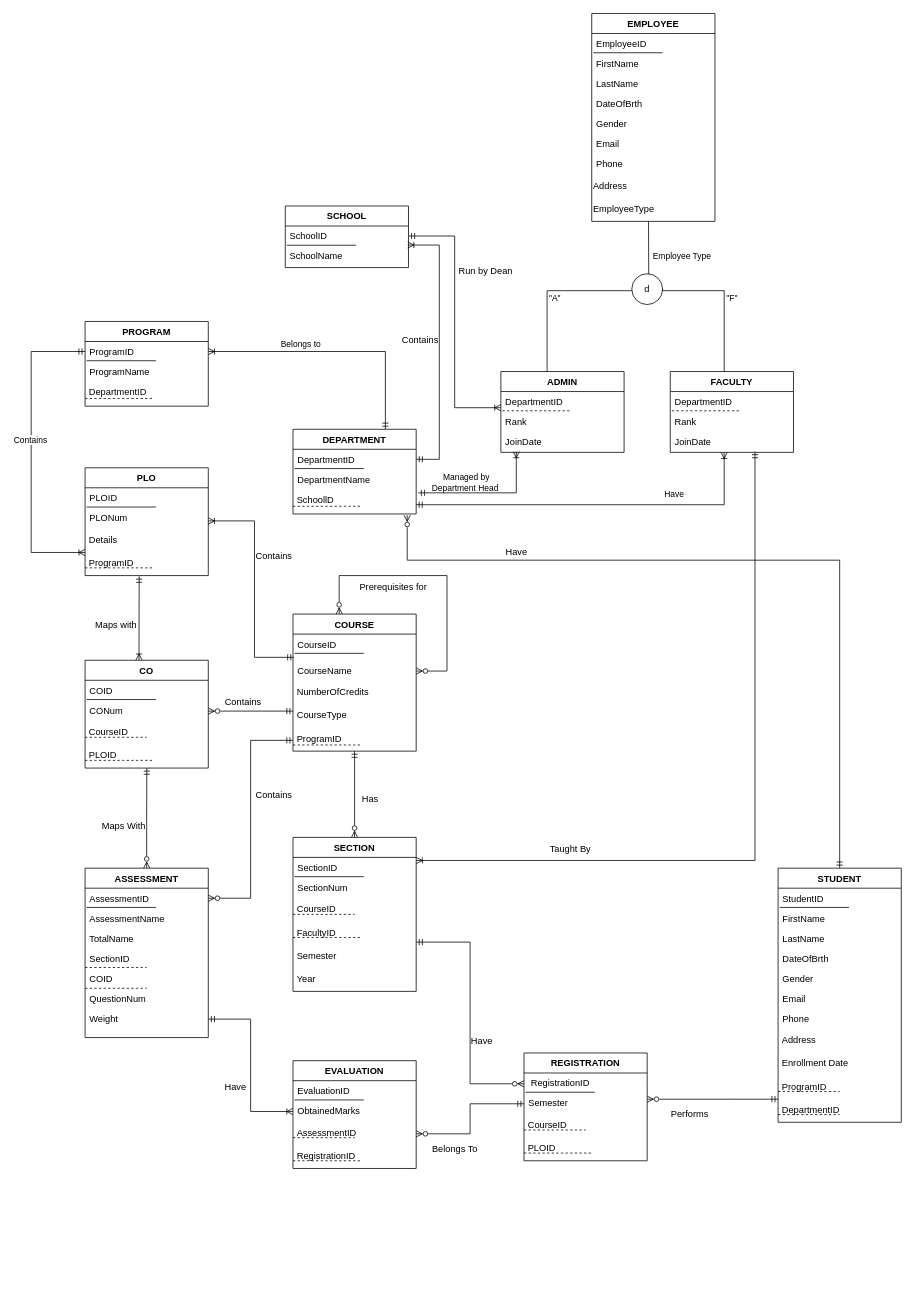
Before: Documentation/EERD.drawio in injamam00155/CSE303-sec-04-Group-03, a draw.io diagram. Source tidied: cells renumbered, new cells numbered last; positions are measured from the earlier drawing's top-left corner, leaving out a move shared by most shapes. Both pictures are drawn from the tidied source at 77%, with x=0, y=0 at pixel (31, 13).
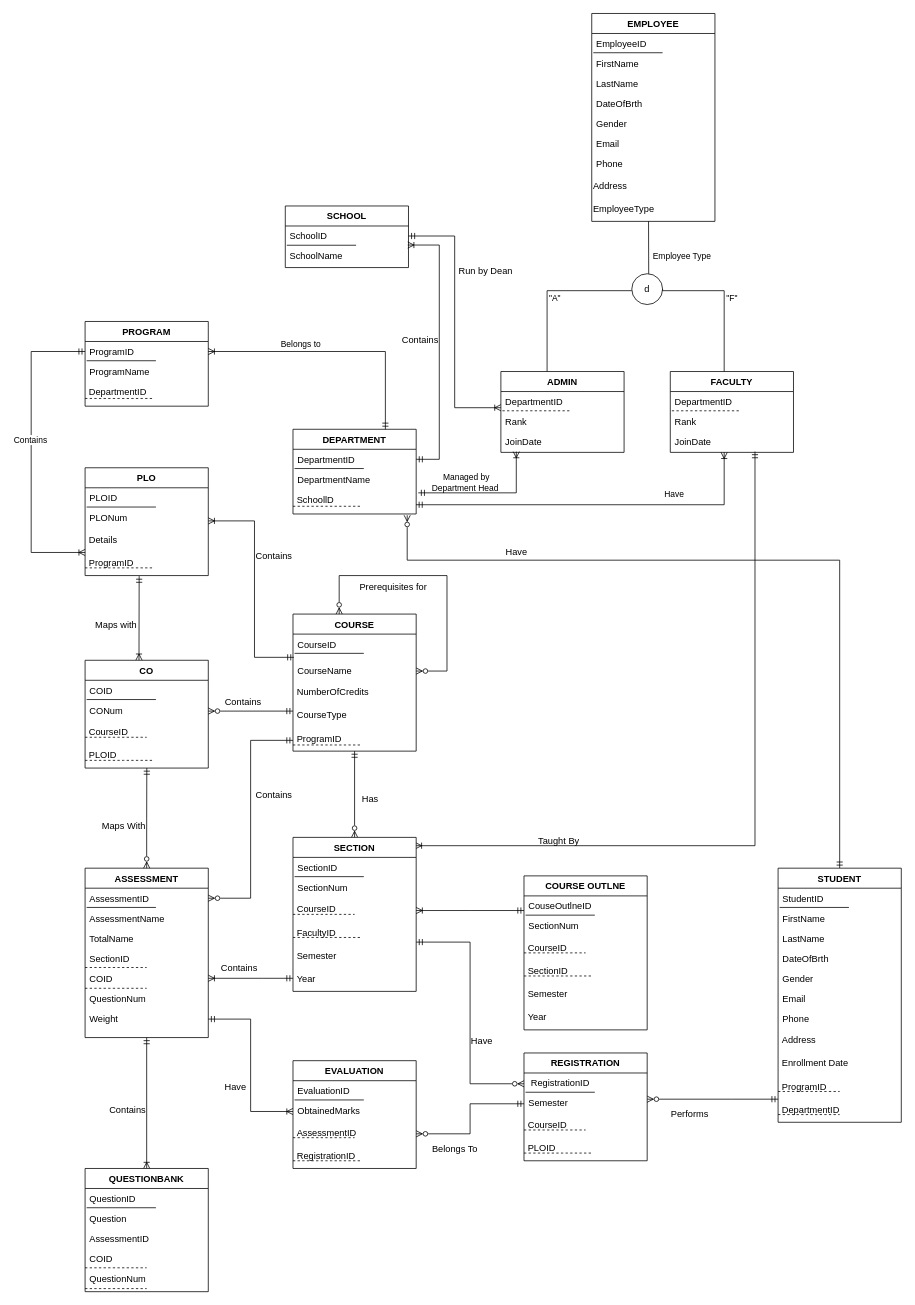
The same page after the edit.

Unchanged cells that the change refers to:
```xml
<mxCell id="26" value="JoinDate " style="text;align=left;verticalAlign=top;spacingLeft=4;spacingRight=4;overflow=hidden;points=[[0,0.5],[1,0.5]];portConstraint=eastwest;rounded=0;shadow=0;html=0;" parent="22" vertex="1">
  <mxGeometry y="78" width="160" height="26" as="geometry" />
</mxCell>
<mxCell id="91" value="SECTION" style="swimlane;fontStyle=1;align=center;verticalAlign=top;horizontal=1;startSize=26;rounded=0;shadow=0;strokeWidth=1;" parent="1" vertex="1">
  <mxGeometry x="340" y="1070" width="160" height="200" as="geometry" />
</mxCell>
<mxCell id="92" value="SectionID" style="text;align=left;verticalAlign=top;spacingLeft=4;spacingRight=4;overflow=hidden;points=[[0,0.5],[1,0.5]];portConstraint=eastwest;" parent="91" vertex="1">
  <mxGeometry y="26" width="160" height="26" as="geometry" />
</mxCell>
<mxCell id="95" value="&amp;nbsp;CourseID" style="text;html=1;align=left;verticalAlign=top;points=[];strokeColor=none;fillColor=none;" parent="91" vertex="1">
  <mxGeometry y="80" width="160" height="30" as="geometry" />
</mxCell>
<mxCell id="99" value="&amp;nbsp;Year" style="text;html=1;align=left;verticalAlign=top;points=[];strokeColor=none;fillColor=none;" parent="91" vertex="1">
  <mxGeometry y="170" width="160" height="30" as="geometry" />
</mxCell>
<mxCell id="102" value="ASSESSMENT" style="swimlane;fontStyle=1;align=center;verticalAlign=top;horizontal=1;startSize=26;rounded=0;shadow=0;strokeWidth=1;" parent="1" vertex="1">
  <mxGeometry x="70" y="1110" width="160" height="220" as="geometry" />
</mxCell>
<mxCell id="109" value="COID" style="text;align=left;verticalAlign=top;spacingLeft=4;spacingRight=4;overflow=hidden;points=[[0,0.5],[1,0.5]];portConstraint=eastwest;rounded=0;shadow=0;html=0;" parent="102" vertex="1">
  <mxGeometry y="130" width="160" height="26" as="geometry" />
</mxCell>
```

Change to the diagram source:
```diff
@@
-    <mxCell id="21" style="edgeStyle=elbowEdgeStyle;rounded=0;jettySize=auto;html=1;startArrow=ERmandOne;startFill=0;endArrow=ERoneToMany;endFill=0;entryX=1;entryY=0.154;entryDx=0;entryDy=0;entryPerimeter=0;" parent="1" edge="1" source="26" target="92">
+    <mxCell id="21" style="edgeStyle=elbowEdgeStyle;rounded=0;jettySize=auto;html=1;startArrow=ERmandOne;startFill=0;endArrow=ERoneToMany;endFill=0;entryX=0.994;entryY=0.054;entryDx=0;entryDy=0;entryPerimeter=0;" parent="1" edge="1" source="26" target="91">
       <mxGeometry relative="1" as="geometry">
         <Array as="points">
+          <mxPoint x="940" y="1090" />
           <mxPoint x="940" y="1080" />
           <mxPoint x="900" y="730" />
           <mxPoint x="620" y="1190" />
           <mxPoint x="940" y="750" />
         </Array>
       </mxGeometry>
     </mxCell>
@@
+    <mxCell id="159" style="edgeStyle=orthogonalEdgeStyle;rounded=0;jettySize=auto;html=1;startArrow=ERmandOne;startFill=0;endArrow=ERoneToMany;endFill=0;entryX=0.5;entryY=0;entryDx=0;entryDy=0;" parent="1" edge="1" source="102" target="173">
+      <mxGeometry relative="1" as="geometry" />
+    </mxCell>
@@
     <mxCell id="128" value="Taught By" style="text;html=1;align=center;verticalAlign=middle;strokeColor=none;fillColor=none;" parent="1" vertex="1">
-      <mxGeometry x="660" y="1070" width="80" height="30" as="geometry" />
+      <mxGeometry x="645" y="1060" width="80" height="30" as="geometry" />
     </mxCell>
@@
+    <mxCell id="160" value="COURSE OUTLNE" style="swimlane;fontStyle=1;align=center;verticalAlign=top;horizontal=1;startSize=26;rounded=0;shadow=0;strokeWidth=1;" parent="1" vertex="1">
+      <mxGeometry x="640" y="1120" width="160" height="200" as="geometry" />
+    </mxCell>
+    <mxCell id="161" value="CouseOutlneID" style="text;align=left;verticalAlign=top;spacingLeft=4;spacingRight=4;overflow=hidden;" parent="160" vertex="1">
+      <mxGeometry y="26" width="160" height="26" as="geometry" />
+    </mxCell>
+    <mxCell id="162" style="endArrow=none;html=1;rounded=0;" parent="160" edge="1">
+      <mxGeometry relative="1" as="geometry">
+        <mxPoint x="2" y="51" as="sourcePoint" />
+        <mxPoint x="92" y="51" as="targetPoint" />
+      </mxGeometry>
+    </mxCell>
+    <mxCell id="163" value="SectionNum" style="text;align=left;verticalAlign=top;spacingLeft=4;spacingRight=4;overflow=hidden;rounded=0;shadow=0;html=0;" parent="160" vertex="1">
+      <mxGeometry y="52" width="160" height="28" as="geometry" />
+    </mxCell>
+    <mxCell id="164" value="&amp;nbsp;CourseID" style="text;html=1;align=left;verticalAlign=top;strokeColor=none;fillColor=none;" parent="160" vertex="1">
+      <mxGeometry y="80" width="160" height="30" as="geometry" />
+    </mxCell>
+    <mxCell id="165" style="endArrow=none;dashed=1;html=1;rounded=0;fontSize=12;" parent="160" edge="1">
+      <mxGeometry relative="1" as="geometry">
+        <mxPoint y="100" as="sourcePoint" />
+        <mxPoint x="80" y="100" as="targetPoint" />
+      </mxGeometry>
+    </mxCell>
+    <mxCell id="166" value="&amp;nbsp;SectionID" style="text;html=1;align=left;verticalAlign=top;strokeColor=none;fillColor=none;" parent="160" vertex="1">
+      <mxGeometry y="110" width="160" height="30" as="geometry" />
+    </mxCell>
+    <mxCell id="167" value="&amp;nbsp;Semester" style="text;html=1;align=left;verticalAlign=top;strokeColor=none;fillColor=none;" parent="160" vertex="1">
+      <mxGeometry y="140" width="160" height="30" as="geometry" />
+    </mxCell>
+    <mxCell id="168" value="&amp;nbsp;Year" style="text;html=1;align=left;verticalAlign=top;strokeColor=none;fillColor=none;" parent="160" vertex="1">
+      <mxGeometry y="170" width="160" height="30" as="geometry" />
+    </mxCell>
+    <mxCell id="169" style="endArrow=none;dashed=1;html=1;rounded=0;" parent="160" edge="1">
+      <mxGeometry relative="1" as="geometry">
+        <mxPoint y="130" as="sourcePoint" />
+        <mxPoint x="90" y="130" as="targetPoint" />
+        <Array as="points">
+          <mxPoint x="50" y="130" />
+        </Array>
+      </mxGeometry>
+    </mxCell>
+    <mxCell id="170" style="edgeStyle=orthogonalEdgeStyle;rounded=0;jettySize=auto;html=1;startArrow=ERoneToMany;startFill=0;endArrow=ERmandOne;endFill=0;" parent="1" edge="1" source="109" target="99">
+      <mxGeometry relative="1" as="geometry">
+        <Array as="points">
+          <mxPoint x="300" y="1253" />
+          <mxPoint x="300" y="1253" />
+        </Array>
+      </mxGeometry>
+    </mxCell>
+    <mxCell id="171" value="Contains" style="text;html=1;align=center;verticalAlign=middle;strokeColor=none;fillColor=none;" parent="1" vertex="1">
+      <mxGeometry x="235" y="1225" width="70" height="30" as="geometry" />
+    </mxCell>
+    <mxCell id="172" style="edgeStyle=orthogonalEdgeStyle;rounded=0;jettySize=auto;html=1;startArrow=ERoneToMany;startFill=0;endArrow=ERmandOne;endFill=0;" parent="1" edge="1" source="95">
+      <mxGeometry relative="1" as="geometry">
+        <mxPoint x="640" y="1165" as="targetPoint" />
+      </mxGeometry>
+    </mxCell>
+    <mxCell id="173" value="QUESTIONBANK" style="swimlane;fontStyle=1;align=center;verticalAlign=top;horizontal=1;startSize=26;rounded=0;shadow=0;strokeWidth=1;" parent="1" vertex="1">
+      <mxGeometry x="70" y="1500" width="160" height="160" as="geometry" />
+    </mxCell>
+    <mxCell id="174" value="QuestionID" style="text;align=left;verticalAlign=top;spacingLeft=4;spacingRight=4;overflow=hidden;" parent="173" vertex="1">
+      <mxGeometry y="26" width="160" height="26" as="geometry" />
+    </mxCell>
+    <mxCell id="175" style="endArrow=none;html=1;rounded=0;" parent="173" edge="1">
+      <mxGeometry relative="1" as="geometry">
+        <mxPoint x="2" y="51" as="sourcePoint" />
+        <mxPoint x="92" y="51" as="targetPoint" />
+      </mxGeometry>
+    </mxCell>
+    <mxCell id="176" value="Question" style="text;align=left;verticalAlign=top;spacingLeft=4;spacingRight=4;overflow=hidden;rounded=0;shadow=0;html=0;" parent="173" vertex="1">
+      <mxGeometry y="52" width="160" height="26" as="geometry" />
+    </mxCell>
+    <mxCell id="177" value="AssessmentID" style="text;align=left;verticalAlign=top;spacingLeft=4;spacingRight=4;overflow=hidden;rounded=0;shadow=0;html=0;" parent="173" vertex="1">
+      <mxGeometry y="78" width="160" height="26" as="geometry" />
+    </mxCell>
+    <mxCell id="178" style="endArrow=none;dashed=1;html=1;rounded=0;fontSize=12;" parent="173" edge="1">
+      <mxGeometry relative="1" as="geometry">
+        <mxPoint y="129" as="sourcePoint" />
+        <mxPoint x="80" y="129" as="targetPoint" />
+      </mxGeometry>
+    </mxCell>
+    <mxCell id="179" value="COID" style="text;align=left;verticalAlign=top;spacingLeft=4;spacingRight=4;overflow=hidden;rounded=0;shadow=0;html=0;" parent="173" vertex="1">
+      <mxGeometry y="104" width="160" height="26" as="geometry" />
+    </mxCell>
+    <mxCell id="180" style="endArrow=none;dashed=1;html=1;rounded=0;fontSize=12;" parent="173" edge="1">
+      <mxGeometry relative="1" as="geometry">
+        <mxPoint y="156" as="sourcePoint" />
+        <mxPoint x="80" y="156" as="targetPoint" />
+      </mxGeometry>
+    </mxCell>
+    <mxCell id="181" value="QuestionNum" style="text;align=left;verticalAlign=top;spacingLeft=4;spacingRight=4;overflow=hidden;" parent="173" vertex="1">
+      <mxGeometry y="130" width="160" height="26" as="geometry" />
+    </mxCell>
+    <mxCell id="182" value="Contains" style="text;html=1;align=center;verticalAlign=middle;strokeColor=none;fillColor=none;" parent="1" vertex="1">
+      <mxGeometry x="90" y="1410" width="70" height="30" as="geometry" />
+    </mxCell>
```
